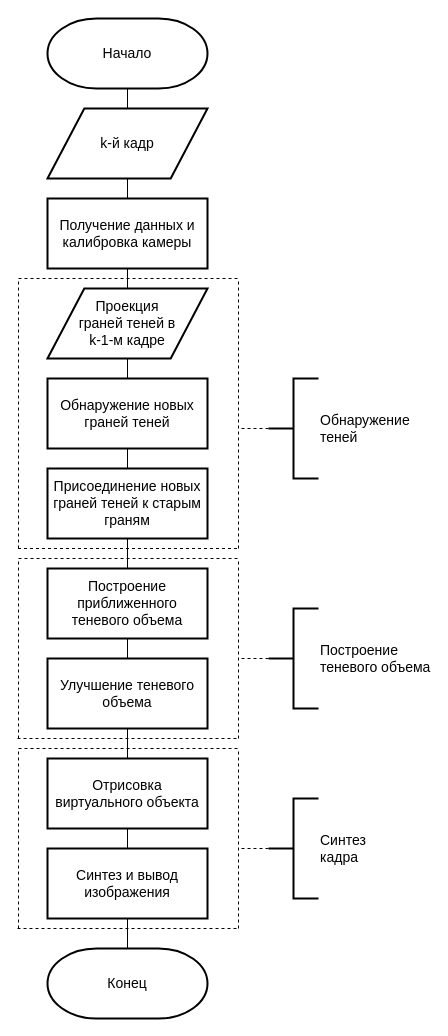
Above: nir/tex/inc/img/ShadowVolumes.drawio in Yokud/bmstu_bachelors_diploma (draw.io), before the change. Source tidied: cells renumbered, new cells numbered last; positions are measured from the earlier drawing's top-left corner, leaving out a move shared by most shapes. Both pictures are drawn from the tidied source at 100%, with x=0, y=0 at pixel (17, 18).
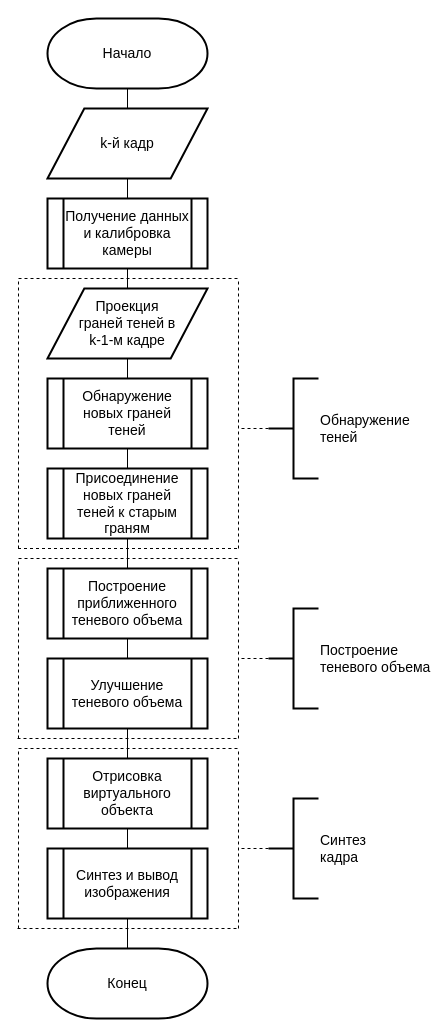
After the change.

Change to the diagram source:
```diff
@@
-    <mxCell id="7" value="Получение данных и калибровка камеры" style="rounded=0;whiteSpace=wrap;html=1;absoluteArcSize=1;arcSize=14;strokeWidth=2;fontSize=14;" parent="1" vertex="1">
+    <mxCell id="7" value="Получение данных и калибровка камеры" style="shape=process;whiteSpace=wrap;html=1;backgroundOutline=1;rounded=0;strokeWidth=2;fontSize=14;" parent="1" vertex="1">
       <mxGeometry x="30" y="180" width="160" height="70" as="geometry" />
     </mxCell>
@@
-    <mxCell id="9" value="Обнаружение новых граней теней" style="rounded=0;whiteSpace=wrap;html=1;absoluteArcSize=1;arcSize=14;strokeWidth=2;fontSize=14;" parent="1" vertex="1">
+    <mxCell id="9" value="Обнаружение новых граней теней" style="shape=process;whiteSpace=wrap;html=1;backgroundOutline=1;rounded=0;strokeWidth=2;fontSize=14;" parent="1" vertex="1">
       <mxGeometry x="30" y="360" width="160" height="70" as="geometry" />
     </mxCell>
@@
-    <mxCell id="19" value="Построение приближенного теневого объема" style="rounded=0;whiteSpace=wrap;html=1;absoluteArcSize=1;arcSize=14;strokeWidth=2;fontSize=14;" parent="1" vertex="1">
+    <mxCell id="19" value="Построение приближенного теневого объема" style="shape=process;whiteSpace=wrap;html=1;backgroundOutline=1;rounded=0;strokeWidth=2;fontSize=14;" parent="1" vertex="1">
       <mxGeometry x="30" y="550" width="160" height="70" as="geometry" />
     </mxCell>
@@
-    <mxCell id="21" value="Улучшение теневого объема" style="rounded=0;whiteSpace=wrap;html=1;absoluteArcSize=1;arcSize=14;strokeWidth=2;fontSize=14;" parent="1" vertex="1">
+    <mxCell id="21" value="Улучшение теневого объема" style="shape=process;whiteSpace=wrap;html=1;backgroundOutline=1;rounded=0;strokeWidth=2;fontSize=14;" parent="1" vertex="1">
       <mxGeometry x="30" y="640" width="160" height="70" as="geometry" />
     </mxCell>
@@
-    <mxCell id="29" value="Отрисовка виртуального объекта" style="rounded=0;whiteSpace=wrap;html=1;absoluteArcSize=1;arcSize=14;strokeWidth=2;fontSize=14;" parent="1" vertex="1">
+    <mxCell id="29" value="Отрисовка виртуального объекта" style="shape=process;whiteSpace=wrap;html=1;backgroundOutline=1;rounded=0;strokeWidth=2;fontSize=14;" parent="1" vertex="1">
       <mxGeometry x="30" y="740" width="160" height="70" as="geometry" />
     </mxCell>
@@
-    <mxCell id="31" value="Синтез и вывод изображения" style="rounded=0;whiteSpace=wrap;html=1;absoluteArcSize=1;arcSize=14;strokeWidth=2;fontSize=14;" parent="1" vertex="1">
+    <mxCell id="31" value="Синтез и вывод изображения" style="shape=process;whiteSpace=wrap;html=1;backgroundOutline=1;rounded=0;strokeWidth=2;fontSize=14;" parent="1" vertex="1">
       <mxGeometry x="30" y="830" width="160" height="70" as="geometry" />
     </mxCell>
@@
-    <mxCell id="40" value="Присоединение новых граней теней к старым граням" style="rounded=0;whiteSpace=wrap;html=1;absoluteArcSize=1;arcSize=14;strokeWidth=2;fontSize=14;" parent="1" vertex="1">
+    <mxCell id="40" value="Присоединение новых граней теней к старым граням" style="shape=process;whiteSpace=wrap;html=1;backgroundOutline=1;rounded=0;strokeWidth=2;fontSize=14;" parent="1" vertex="1">
       <mxGeometry x="30" y="450" width="160" height="70" as="geometry" />
     </mxCell>
```
